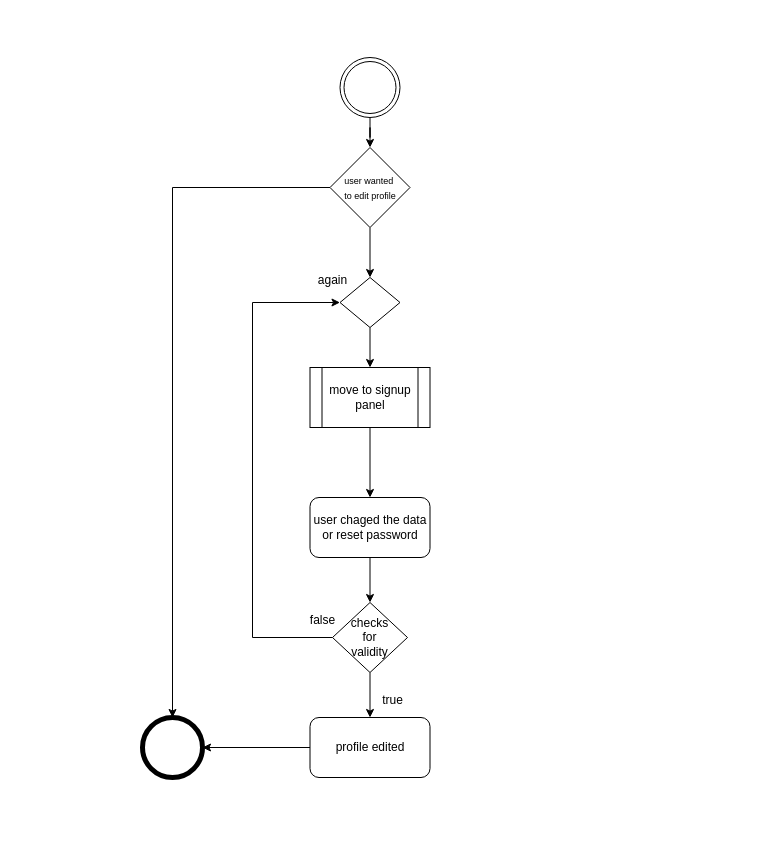
R0HAIL-ASHRAF/Book_Store keeps this draw.io diagram as page "editProfile" (5 of 5) of UML.drawio. Above is the earlier version. Source tidied: cells renumbered, new cells numbered last; positions are measured from the earlier drawing's top-left corner, leaving out a move shared by most shapes. Both pictures are drawn from the tidied source at 100%, with x=0, y=0 at pixel (142, 57).
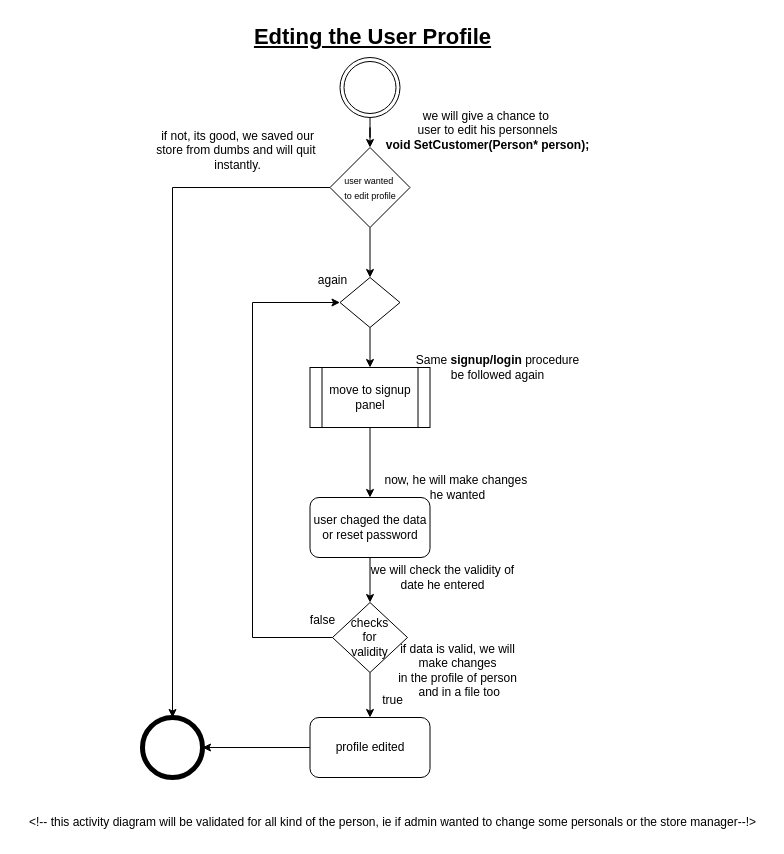
The same diagram, later.

What changed in the source:
```diff
@@
+    <mxCell id="22" value="&lt;b&gt;&lt;font style=&quot;font-size: 22px;&quot;&gt;&lt;u&gt;Edting the User Profile&lt;/u&gt;&lt;/font&gt;&lt;/b&gt;" style="text;html=1;align=center;verticalAlign=middle;strokeColor=none;fillColor=none;" parent="1" vertex="1">
+      <mxGeometry x="100" y="-40" width="260" height="40" as="geometry" />
+    </mxCell>
+    <mxCell id="23" value="we will give a chance to&amp;nbsp;&lt;div&gt;user to edit his personnels&lt;/div&gt;&lt;div&gt;&lt;b&gt;void SetCustomer(Person* person);&lt;/b&gt;&lt;/div&gt;" style="text;html=1;align=center;verticalAlign=middle;strokeColor=none;fillColor=none;" parent="1" vertex="1">
+      <mxGeometry x="230" y="43" width="230" height="60" as="geometry" />
+    </mxCell>
+    <mxCell id="24" value="Same &lt;b&gt;signup/login&lt;/b&gt; procedure&lt;div&gt;be followed again&lt;/div&gt;" style="text;html=1;align=center;verticalAlign=middle;strokeColor=none;fillColor=none;" parent="1" vertex="1">
+      <mxGeometry x="260" y="290" width="190" height="40" as="geometry" />
+    </mxCell>
+    <mxCell id="25" value="now, he will make changes&amp;nbsp;&lt;div&gt;he wanted&lt;/div&gt;" style="text;html=1;align=center;verticalAlign=middle;strokeColor=none;fillColor=none;" parent="1" vertex="1">
+      <mxGeometry x="230" y="410" width="170" height="40" as="geometry" />
+    </mxCell>
+    <mxCell id="26" value="we will check the validity of&lt;div&gt;date he entered&lt;/div&gt;" style="text;html=1;align=center;verticalAlign=middle;strokeColor=none;fillColor=none;" parent="1" vertex="1">
+      <mxGeometry x="215" y="500" width="170" height="40" as="geometry" />
+    </mxCell>
+    <mxCell id="27" value="if data is valid, we will&lt;div&gt;&amp;nbsp;make changes&amp;nbsp;&lt;div&gt;in the profile of person&lt;/div&gt;&lt;div&gt;&amp;nbsp;and in a file too&lt;/div&gt;&lt;/div&gt;" style="text;html=1;align=center;verticalAlign=middle;strokeColor=none;fillColor=none;" parent="1" vertex="1">
+      <mxGeometry x="245" y="578" width="140" height="70" as="geometry" />
+    </mxCell>
+    <mxCell id="28" value="if not, its good, we saved our&lt;div&gt;store from dumbs and will quit&amp;nbsp;&lt;/div&gt;&lt;div&gt;instantly.&lt;/div&gt;" style="text;html=1;align=center;verticalAlign=middle;strokeColor=none;fillColor=none;" parent="1" vertex="1">
+      <mxGeometry y="63" width="190" height="60" as="geometry" />
+    </mxCell>
+    <mxCell id="29" value="&amp;lt;!-- this activity diagram will be validated for all kind of the person, ie if admin wanted to change some personals or the store manager--!&amp;gt;" style="text;html=1;align=center;verticalAlign=middle;strokeColor=none;fillColor=none;" parent="1" vertex="1">
+      <mxGeometry x="-125" y="750" width="750" height="30" as="geometry" />
+    </mxCell>
```
